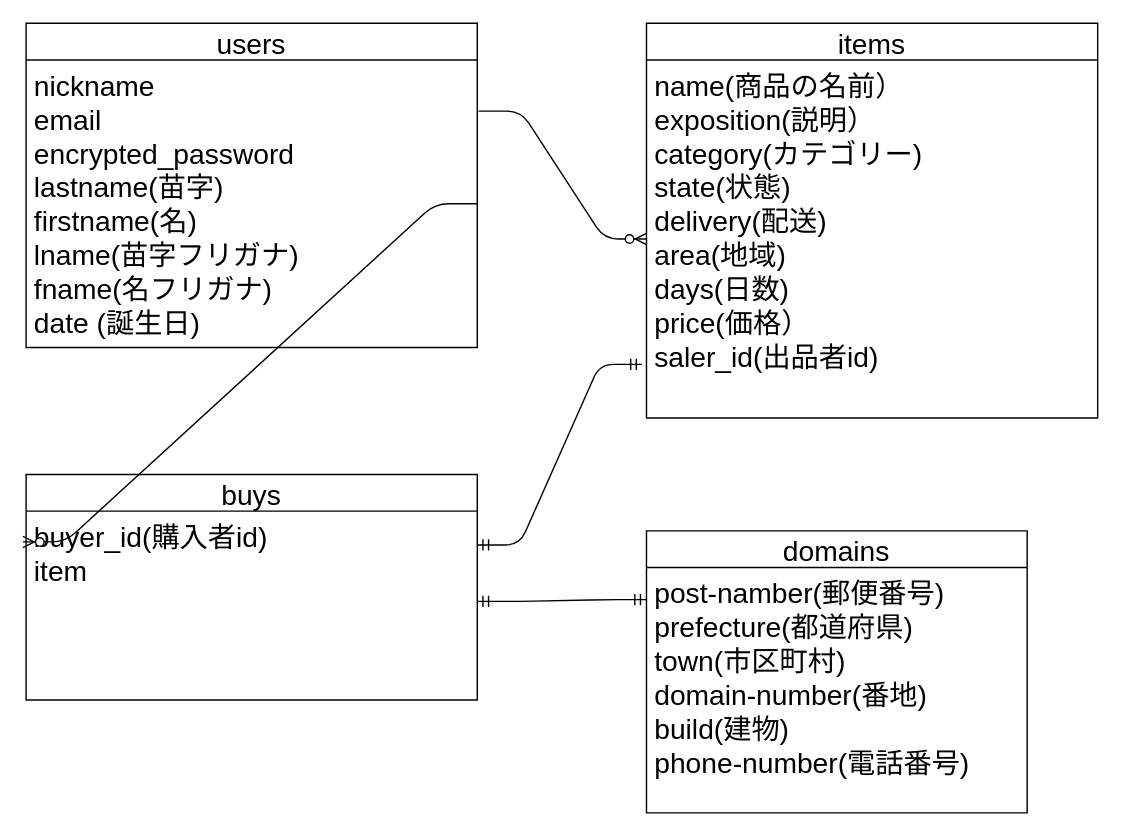
This is test.dio from satotech-prog/furima-31098, a draw.io file, before an edit. Source tidied: cells renumbered, new cells numbered last; positions are measured from the earlier drawing's top-left corner, leaving out a move shared by most shapes. Both pictures are drawn from the tidied source at 141%, with x=0, y=0 at pixel (25, 23).
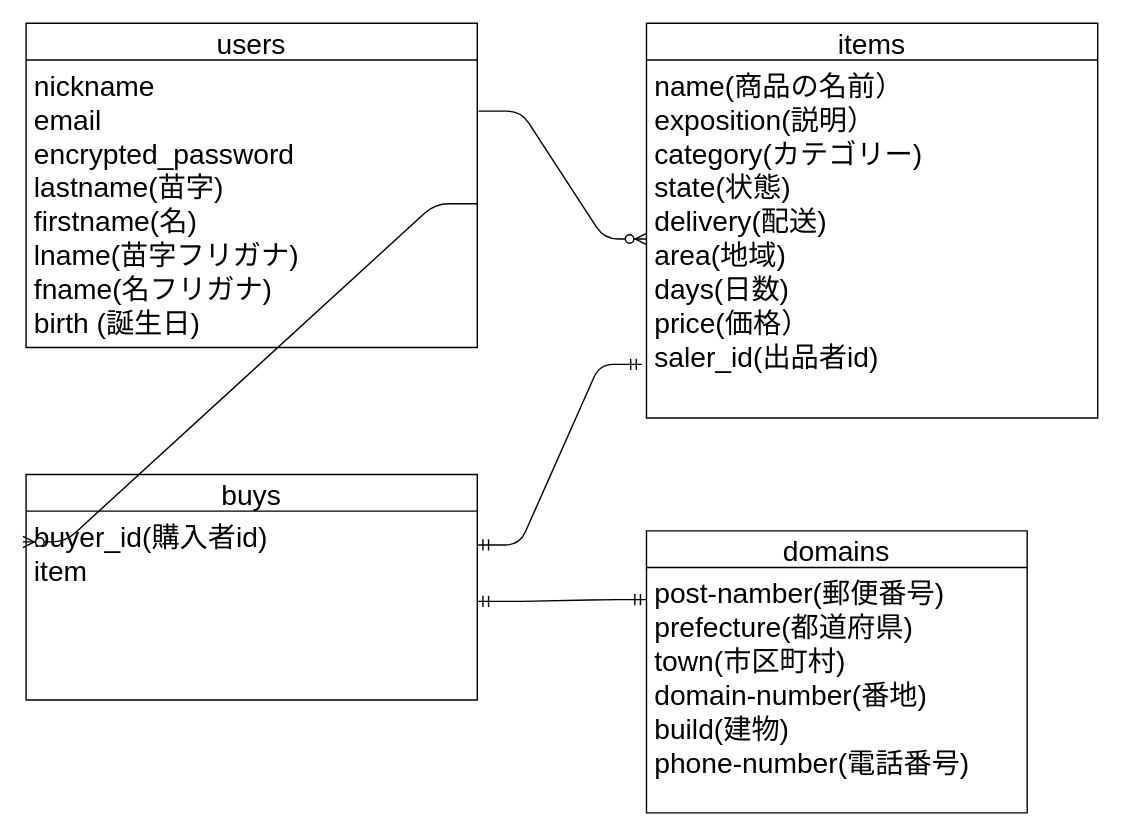
Above is the later version.

Commit message (it also covers changes not shown here):
データベース修正２

Diff of the diagram source:
```diff
@@
 <mxGraphModel>
   <root>
     <mxCell id="0" />
     <mxCell id="1" parent="0" />
     <mxCell id="2" value="users" style="swimlane;fontStyle=0;horizontal=1;startSize=26;align=center;fontSize=20;" parent="1" vertex="1">
       <mxGeometry width="320" height="230" as="geometry" />
     </mxCell>
-    <mxCell id="3" value="nickname&#10;email&#10;encrypted_password&#10;lastname(苗字)&#10;firstname(名)&#10;lname(苗字フリガナ)&#10;fname(名フリガナ)&#10;date (誕生日)&#10;" style="text;strokeColor=none;fillColor=none;spacingLeft=4;spacingRight=4;overflow=hidden;points=[[0,0.5],[1,0.5]];portConstraint=eastwest;fontSize=20;" parent="2" vertex="1">
+    <mxCell id="3" value="nickname&#10;email&#10;encrypted_password&#10;lastname(苗字)&#10;firstname(名)&#10;lname(苗字フリガナ)&#10;fname(名フリガナ)&#10;birth (誕生日)&#10;" style="text;strokeColor=none;fillColor=none;spacingLeft=4;spacingRight=4;overflow=hidden;points=[[0,0.5],[1,0.5]];portConstraint=eastwest;fontSize=20;" parent="2" vertex="1">
       <mxGeometry y="26" width="320" height="204" as="geometry" />
     </mxCell>
     <mxCell id="4" value="items" style="swimlane;fontStyle=0;horizontal=1;startSize=26;align=center;fontSize=20;" parent="1" vertex="1">
       <mxGeometry x="440" width="320" height="280" as="geometry" />
     </mxCell>
     <mxCell id="5" value="name(商品の名前）&#10;exposition(説明）&#10;category(カテゴリー)&#10;state(状態)&#10;delivery(配送)&#10;area(地域)&#10;days(日数)&#10;price(価格）&#10;saler_id(出品者id)" style="text;strokeColor=none;fillColor=none;spacingLeft=4;spacingRight=4;overflow=hidden;points=[[0,0.5],[1,0.5]];portConstraint=eastwest;fontSize=20;" parent="4" vertex="1">
       <mxGeometry y="26" width="320" height="254" as="geometry" />
     </mxCell>
     <mxCell id="6" value="buys" style="swimlane;fontStyle=0;horizontal=1;startSize=26;align=center;fontSize=20;" parent="1" vertex="1">
       <mxGeometry y="320" width="320" height="160" as="geometry" />
     </mxCell>
     <mxCell id="7" value="buyer_id(購入者id)&#10;item&#10;" style="text;strokeColor=none;fillColor=none;spacingLeft=4;spacingRight=4;overflow=hidden;points=[[0,0.5],[1,0.5]];portConstraint=eastwest;fontSize=20;" parent="6" vertex="1">
       <mxGeometry y="26" width="320" height="134" as="geometry" />
     </mxCell>
     <mxCell id="8" value="domains" style="swimlane;fontStyle=0;horizontal=1;startSize=26;align=center;fontSize=20;" parent="1" vertex="1">
       <mxGeometry x="440" y="360" width="270" height="200" as="geometry" />
     </mxCell>
     <mxCell id="9" value="post-namber(郵便番号)&#10;prefecture(都道府県)&#10;town(市区町村)&#10;domain-number(番地)&#10;build(建物)&#10;phone-number(電話番号)" style="text;strokeColor=none;fillColor=none;spacingLeft=4;spacingRight=4;overflow=hidden;points=[[0,0.5],[1,0.5]];portConstraint=eastwest;fontSize=20;" parent="8" vertex="1">
       <mxGeometry y="26" width="270" height="174" as="geometry" />
     </mxCell>
     <mxCell id="10" style="edgeStyle=entityRelationEdgeStyle;fontSize=12;html=1;endArrow=ERmandOne;startArrow=ERmandOne;entryX=-0.001;entryY=0.131;entryDx=0;entryDy=0;entryPerimeter=0;" parent="1" edge="1" target="9">
       <mxGeometry relative="1" as="geometry">
         <mxPoint x="320" y="410" as="sourcePoint" />
       </mxGeometry>
     </mxCell>
     <mxCell id="11" style="edgeStyle=entityRelationEdgeStyle;fontSize=12;html=1;endArrow=ERzeroToMany;endFill=1;exitX=1.003;exitY=0.178;exitDx=0;exitDy=0;exitPerimeter=0;" parent="1" edge="1" source="3" target="5">
       <mxGeometry relative="1" as="geometry" />
     </mxCell>
     <mxCell id="12" style="edgeStyle=entityRelationEdgeStyle;fontSize=12;html=1;endArrow=ERzeroToMany;endFill=1;entryX=-0.007;entryY=0.163;entryDx=0;entryDy=0;entryPerimeter=0;exitX=1;exitY=0.5;exitDx=0;exitDy=0;" parent="1" edge="1" source="3" target="7">
       <mxGeometry relative="1" as="geometry" />
     </mxCell>
     <mxCell id="13" style="edgeStyle=entityRelationEdgeStyle;fontSize=12;html=1;endArrow=ERmandOne;startArrow=ERmandOne;entryX=-0.01;entryY=0.85;entryDx=0;entryDy=0;entryPerimeter=0;" parent="1" edge="1" target="5">
       <mxGeometry relative="1" as="geometry">
         <mxPoint x="320" y="370" as="sourcePoint" />
       </mxGeometry>
     </mxCell>
   </root>
 </mxGraphModel>
```
